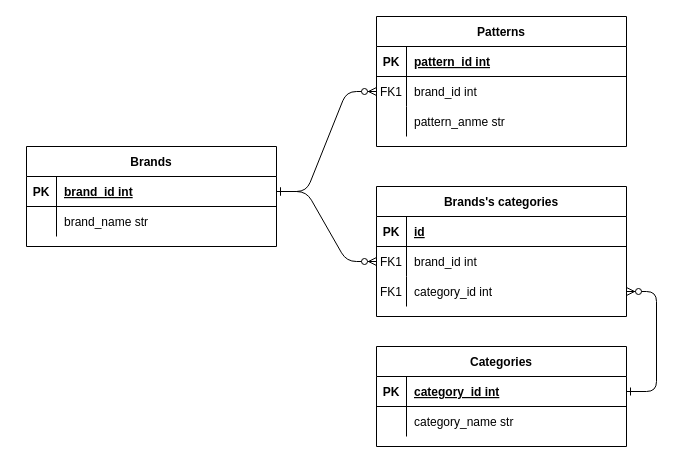
Before: DB_for_API.drawio in Hekysei/FastAPI_FirstTask, a draw.io diagram. Source tidied: cells renumbered, new cells numbered last; positions are measured from the earlier drawing's top-left corner, leaving out a move shared by most shapes. Both pictures are drawn from the tidied source at 100%, with x=0, y=0 at pixel (26, 16).
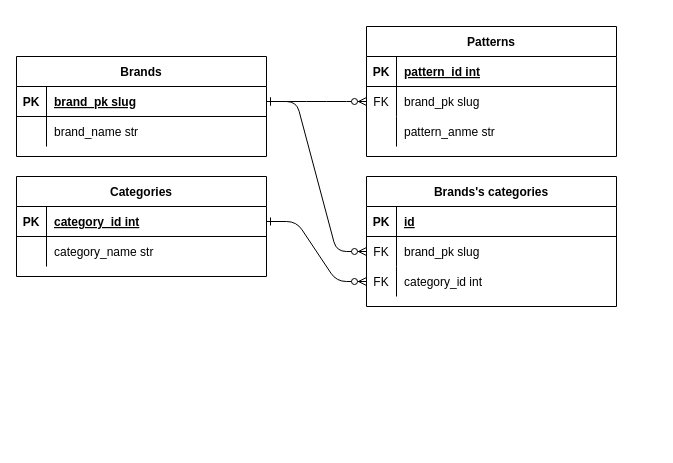
The same page after the edit.

The change refers to these unchanged cells:
```xml
<mxCell id="8" style="shape=partialRectangle;fillColor=none;points=[[0,0.5],[1,0.5]];portConstraint=eastwest;top=0;left=0;right=0;bottom=0;" parent="4" vertex="1">
  <mxGeometry y="60" width="250" height="30" as="geometry" />
</mxCell>
<mxCell id="11" style="shape=partialRectangle;fillColor=none;points=[[0,0.5],[1,0.5]];portConstraint=eastwest;top=0;left=0;right=0;bottom=0;" parent="4" vertex="1">
  <mxGeometry y="90" width="250" height="30" as="geometry" />
</mxCell>
<mxCell id="22" style="shape=partialRectangle;fillColor=none;points=[[0,0.5],[1,0.5]];portConstraint=eastwest;top=0;left=0;right=0;bottom=1;" parent="21" vertex="1">
  <mxGeometry y="30" width="250" height="30" as="geometry" />
</mxCell>
<mxCell id="32" style="shape=partialRectangle;fillColor=none;points=[[0,0.5],[1,0.5]];portConstraint=eastwest;top=0;left=0;right=0;bottom=0;" parent="28" vertex="1">
  <mxGeometry y="60" width="250" height="30" as="geometry" />
</mxCell>
```

Change to the diagram source:
```diff
@@
     <mxCell id="4" value="Brands's categories" style="shape=table;startSize=30;childLayout=tableLayout;rowLines=0;fontStyle=1;align=center;" parent="1" vertex="1">
-      <mxGeometry x="350" y="170" width="250" height="130" as="geometry" />
+      <mxGeometry x="340" y="160" width="250" height="130" as="geometry" />
     </mxCell>
@@
-    <mxCell id="9" value="FK1" style="shape=partialRectangle;overflow=hidden;fillColor=none;top=0;left=0;bottom=0;right=0;" parent="8" vertex="1">
+    <mxCell id="9" value="FK" style="shape=partialRectangle;overflow=hidden;fillColor=none;top=0;left=0;bottom=0;right=0;" parent="8" vertex="1">
       <mxGeometry width="30" height="30" as="geometry" />
     </mxCell>
-    <mxCell id="10" value="brand_id int " style="shape=partialRectangle;overflow=hidden;fillColor=none;top=0;left=0;bottom=0;right=0;align=left;spacingLeft=6;" parent="8" vertex="1">
+    <mxCell id="10" value="brand_pk slug" style="shape=partialRectangle;overflow=hidden;fillColor=none;top=0;left=0;bottom=0;right=0;align=left;spacingLeft=6;" parent="8" vertex="1">
       <mxGeometry x="30" width="220" height="30" as="geometry" />
     </mxCell>
@@
-    <mxCell id="12" value="FK1" style="shape=partialRectangle;overflow=hidden;fillColor=none;top=0;left=0;bottom=0;right=0;" parent="11" vertex="1">
+    <mxCell id="12" value="FK" style="shape=partialRectangle;overflow=hidden;fillColor=none;top=0;left=0;bottom=0;right=0;" parent="11" vertex="1">
       <mxGeometry width="30" height="30" as="geometry" />
     </mxCell>
@@
     <mxCell id="14" value="Categories" style="shape=table;startSize=30;childLayout=tableLayout;rowLines=0;fontStyle=1;align=center;" parent="1" vertex="1">
-      <mxGeometry x="350" y="330" width="250" height="100" as="geometry" />
+      <mxGeometry x="-10" y="160" width="250" height="100" as="geometry" />
     </mxCell>
@@
     <mxCell id="21" value="Brands" style="shape=table;startSize=30;childLayout=tableLayout;rowLines=0;fontStyle=1;align=center;" parent="1" vertex="1">
-      <mxGeometry y="130" width="250" height="100" as="geometry" />
+      <mxGeometry x="-10" y="40" width="250" height="100" as="geometry" />
     </mxCell>
@@
-    <mxCell id="24" value="brand_id int " style="shape=partialRectangle;overflow=hidden;fillColor=none;top=0;left=0;bottom=0;right=0;align=left;spacingLeft=6;fontStyle=5;" parent="22" vertex="1">
+    <mxCell id="24" value="brand_pk slug" style="shape=partialRectangle;overflow=hidden;fillColor=none;top=0;left=0;bottom=0;right=0;align=left;spacingLeft=6;fontStyle=5;" parent="22" vertex="1">
       <mxGeometry x="30" width="220" height="30" as="geometry" />
     </mxCell>
@@
     <mxCell id="28" value="Patterns" style="shape=table;startSize=30;childLayout=tableLayout;rowLines=0;fontStyle=1;align=center;" parent="1" vertex="1">
-      <mxGeometry x="350" width="250" height="130" as="geometry" />
+      <mxGeometry x="340" y="10" width="250" height="130" as="geometry" />
     </mxCell>
@@
-    <mxCell id="33" value="FK1" style="shape=partialRectangle;overflow=hidden;fillColor=none;top=0;left=0;bottom=0;right=0;" parent="32" vertex="1">
+    <mxCell id="33" value="FK" style="shape=partialRectangle;overflow=hidden;fillColor=none;top=0;left=0;bottom=0;right=0;" parent="32" vertex="1">
       <mxGeometry width="30" height="30" as="geometry" />
     </mxCell>
-    <mxCell id="34" value="brand_id int " style="shape=partialRectangle;overflow=hidden;fillColor=none;top=0;left=0;bottom=0;right=0;align=left;spacingLeft=6;" parent="32" vertex="1">
+    <mxCell id="34" value="brand_pk slug" style="shape=partialRectangle;overflow=hidden;fillColor=none;top=0;left=0;bottom=0;right=0;align=left;spacingLeft=6;" parent="32" vertex="1">
       <mxGeometry x="30" width="220" height="30" as="geometry" />
     </mxCell>
```
